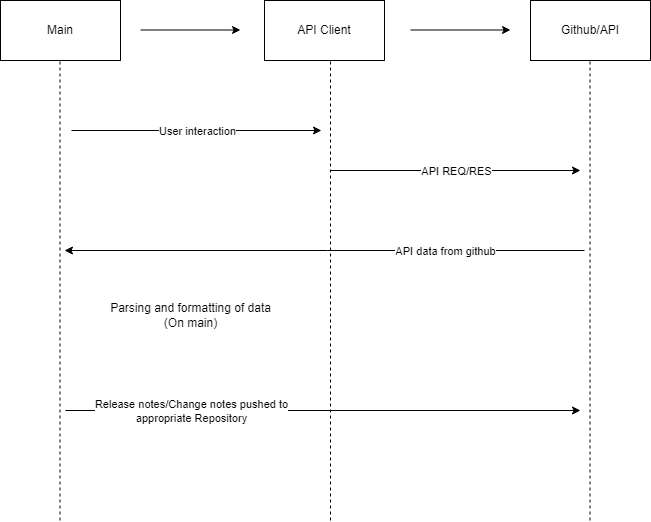
Earlier version of the draw.io export Documentation/Sequence diagram.drawio.png (Jonas-ML/afgangsProjekt). Source tidied: cells renumbered, new cells last; positions are measured from the earlier drawing's top-left corner, leaving out a move shared by most shapes.
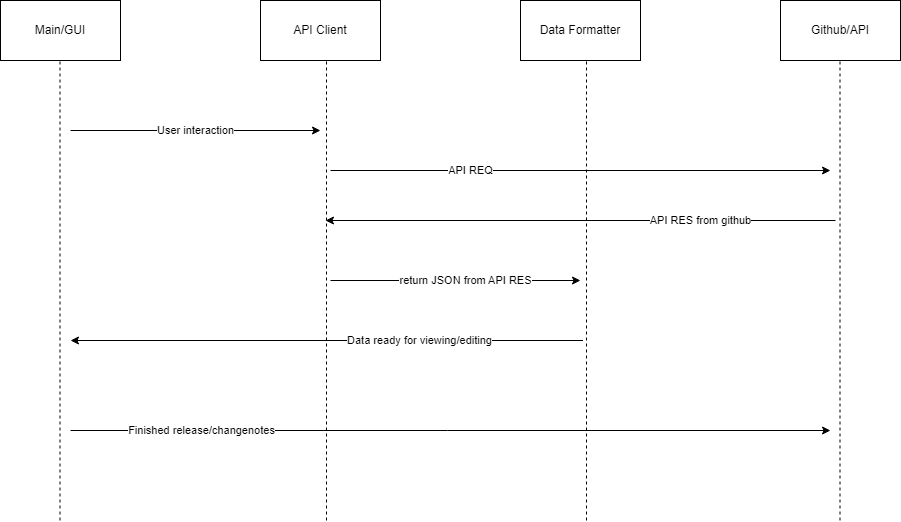
The same file after the commit.

Commit message:
_Updated sequence diagram to include data Formatter, _Added main windows in gui on main

Change to the diagram source:
```diff
@@ -2,49 +2,37 @@
   <root>
     <mxCell id="0" />
     <mxCell id="1" parent="0" />
-    <mxCell id="2" value="Main" style="rounded=0;whiteSpace=wrap;html=1;" parent="1" vertex="1">
-      <mxGeometry width="120" height="60" as="geometry" />
+    <mxCell id="2" value="Main/GUI" style="rounded=0;whiteSpace=wrap;html=1;" parent="1" vertex="1">
+      <mxGeometry x="-290" width="120" height="60" as="geometry" />
     </mxCell>
     <mxCell id="3" value="API Client" style="rounded=0;whiteSpace=wrap;html=1;" parent="1" vertex="1">
-      <mxGeometry x="264" width="120" height="60" as="geometry" />
+      <mxGeometry x="-30" width="120" height="60" as="geometry" />
     </mxCell>
     <mxCell id="4" value="Github/API" style="rounded=0;whiteSpace=wrap;html=1;" parent="1" vertex="1">
-      <mxGeometry x="530" width="120" height="60" as="geometry" />
+      <mxGeometry x="490" width="120" height="60" as="geometry" />
     </mxCell>
-    <mxCell id="5" style="endArrow=classic;html=1;rounded=0;" parent="1" edge="1">
-      <mxGeometry relative="1" as="geometry">
-        <mxPoint x="140" y="29.5" as="sourcePoint" />
-        <mxPoint x="240" y="29.5" as="targetPoint" />
-      </mxGeometry>
-    </mxCell>
-    <mxCell id="6" style="endArrow=classic;html=1;rounded=0;" parent="1" edge="1">
-      <mxGeometry relative="1" as="geometry">
-        <mxPoint x="410" y="29.5" as="sourcePoint" />
-        <mxPoint x="510" y="29.5" as="targetPoint" />
-      </mxGeometry>
-    </mxCell>
     <mxCell id="7" style="endArrow=none;dashed=1;html=1;rounded=0;" parent="1" edge="1">
       <mxGeometry relative="1" as="geometry">
-        <mxPoint x="59.5" y="520" as="sourcePoint" />
-        <mxPoint x="59.5" y="60" as="targetPoint" />
+        <mxPoint x="-230.5" y="520" as="sourcePoint" />
+        <mxPoint x="-230.5" y="60" as="targetPoint" />
       </mxGeometry>
     </mxCell>
     <mxCell id="8" style="endArrow=none;dashed=1;html=1;rounded=0;" parent="1" edge="1">
       <mxGeometry relative="1" as="geometry">
-        <mxPoint x="330" y="520" as="sourcePoint" />
-        <mxPoint x="330" y="60" as="targetPoint" />
+        <mxPoint x="36" y="520" as="sourcePoint" />
+        <mxPoint x="36" y="60" as="targetPoint" />
       </mxGeometry>
     </mxCell>
     <mxCell id="9" style="endArrow=none;dashed=1;html=1;rounded=0;" parent="1" edge="1">
       <mxGeometry relative="1" as="geometry">
-        <mxPoint x="589.5" y="520" as="sourcePoint" />
-        <mxPoint x="589.5" y="60" as="targetPoint" />
+        <mxPoint x="549.5" y="520" as="sourcePoint" />
+        <mxPoint x="549.5" y="60" as="targetPoint" />
       </mxGeometry>
     </mxCell>
     <mxCell id="10" style="endArrow=classic;html=1;rounded=0;" parent="1" edge="1">
       <mxGeometry relative="1" as="geometry">
-        <mxPoint x="71" y="130" as="sourcePoint" />
-        <mxPoint x="321" y="130" as="targetPoint" />
+        <mxPoint x="-220" y="130" as="sourcePoint" />
+        <mxPoint x="30" y="130" as="targetPoint" />
       </mxGeometry>
     </mxCell>
     <mxCell id="11" value="User interaction" style="edgeLabel;html=1;align=center;verticalAlign=middle;" parent="10" vertex="1">
@@ -52,40 +40,70 @@
     </mxCell>
     <mxCell id="12" style="endArrow=classic;html=1;rounded=0;" parent="1" edge="1">
       <mxGeometry relative="1" as="geometry">
-        <mxPoint x="330" y="170" as="sourcePoint" />
-        <mxPoint x="580" y="170" as="targetPoint" />
+        <mxPoint x="40" y="170" as="sourcePoint" />
+        <mxPoint x="540" y="170" as="targetPoint" />
         <Array as="points">
-          <mxPoint x="460" y="170" />
+          <mxPoint x="170" y="170" />
         </Array>
       </mxGeometry>
     </mxCell>
-    <mxCell id="13" value="API REQ/RES" style="edgeLabel;html=1;align=center;verticalAlign=middle;" parent="12" vertex="1">
-      <mxGeometry relative="1" as="geometry" />
+    <mxCell id="13" value="API REQ" style="edgeLabel;html=1;align=center;verticalAlign=middle;" parent="12" vertex="1">
+      <mxGeometry relative="1" as="geometry">
+        <mxPoint x="-110" as="offset" />
+      </mxGeometry>
     </mxCell>
     <mxCell id="14" style="endArrow=classic;html=1;rounded=0;" parent="1" edge="1">
       <mxGeometry relative="1" as="geometry">
-        <mxPoint x="584" y="250" as="sourcePoint" />
-        <mxPoint x="64" y="250" as="targetPoint" />
+        <mxPoint x="545" y="220" as="sourcePoint" />
+        <mxPoint x="35" y="220" as="targetPoint" />
       </mxGeometry>
     </mxCell>
-    <mxCell id="15" value="API data from github" style="edgeLabel;html=1;align=center;verticalAlign=middle;" parent="14" vertex="1">
+    <mxCell id="15" value="API RES from github" style="edgeLabel;html=1;align=center;verticalAlign=middle;" parent="14" vertex="1">
       <mxGeometry relative="1" as="geometry">
         <mxPoint x="120" as="offset" />
       </mxGeometry>
     </mxCell>
-    <mxCell id="16" value="Parsing and formatting of data&lt;br&gt;(On main)" style="text;html=1;align=center;verticalAlign=middle;strokeColor=none;fillColor=none;" parent="1" vertex="1">
-      <mxGeometry x="100" y="295" width="180" height="40" as="geometry" />
-    </mxCell>
     <mxCell id="17" style="endArrow=classic;html=1;rounded=0;" parent="1" edge="1">
       <mxGeometry relative="1" as="geometry">
-        <mxPoint x="65" y="410" as="sourcePoint" />
-        <mxPoint x="580" y="410" as="targetPoint" />
+        <mxPoint x="292.5" y="340" as="sourcePoint" />
+        <mxPoint x="-220" y="340" as="targetPoint" />
       </mxGeometry>
     </mxCell>
-    <mxCell id="18" value="Release notes/Change notes pushed to &lt;br&gt;appropriate Repository" style="edgeLabel;html=1;align=center;verticalAlign=middle;" parent="17" vertex="1">
-      <mxGeometry relative="1" as="geometry">
-        <mxPoint x="-133" as="offset" />
-      </mxGeometry>
-    </mxCell>
+    <mxCell id="19" value="Data ready for viewing/editing" style="edgeLabel;html=1;align=center;verticalAlign=middle;" parent="17" vertex="1">
+      <mxGeometry x="-0.36" y="2" relative="1" as="geometry">
+        <mxPoint y="-2" as="offset" />
+      </mxGeometry>
+    </mxCell>
+    <mxCell id="20" value="Data Formatter" style="rounded=0;whiteSpace=wrap;html=1;" parent="1" vertex="1">
+      <mxGeometry x="230" width="120" height="60" as="geometry" />
+    </mxCell>
+    <mxCell id="21" style="endArrow=none;dashed=1;html=1;rounded=0;" parent="1" edge="1">
+      <mxGeometry relative="1" as="geometry">
+        <mxPoint x="296" y="520" as="sourcePoint" />
+        <mxPoint x="296" y="60" as="targetPoint" />
+      </mxGeometry>
+    </mxCell>
+    <mxCell id="22" style="endArrow=classic;html=1;rounded=0;" parent="1" edge="1">
+      <mxGeometry relative="1" as="geometry">
+        <mxPoint x="40" y="280" as="sourcePoint" />
+        <mxPoint x="290" y="280" as="targetPoint" />
+      </mxGeometry>
+    </mxCell>
+    <mxCell id="23" value="return JSON from API RES" style="edgeLabel;html=1;align=center;verticalAlign=middle;" parent="22" vertex="1">
+      <mxGeometry relative="1" as="geometry">
+        <mxPoint x="10" as="offset" />
+      </mxGeometry>
+    </mxCell>
+    <mxCell id="24" style="endArrow=classic;html=1;rounded=0;" parent="1" edge="1">
+      <mxGeometry relative="1" as="geometry">
+        <mxPoint x="-220" y="430" as="sourcePoint" />
+        <mxPoint x="540" y="430" as="targetPoint" />
+      </mxGeometry>
+    </mxCell>
+    <mxCell id="25" value="Finished release/changenotes" style="edgeLabel;html=1;align=center;verticalAlign=middle;" parent="24" vertex="1">
+      <mxGeometry x="-0.36" y="2" relative="1" as="geometry">
+        <mxPoint x="-113" y="2" as="offset" />
+      </mxGeometry>
+    </mxCell>
   </root>
 </mxGraphModel>
```
